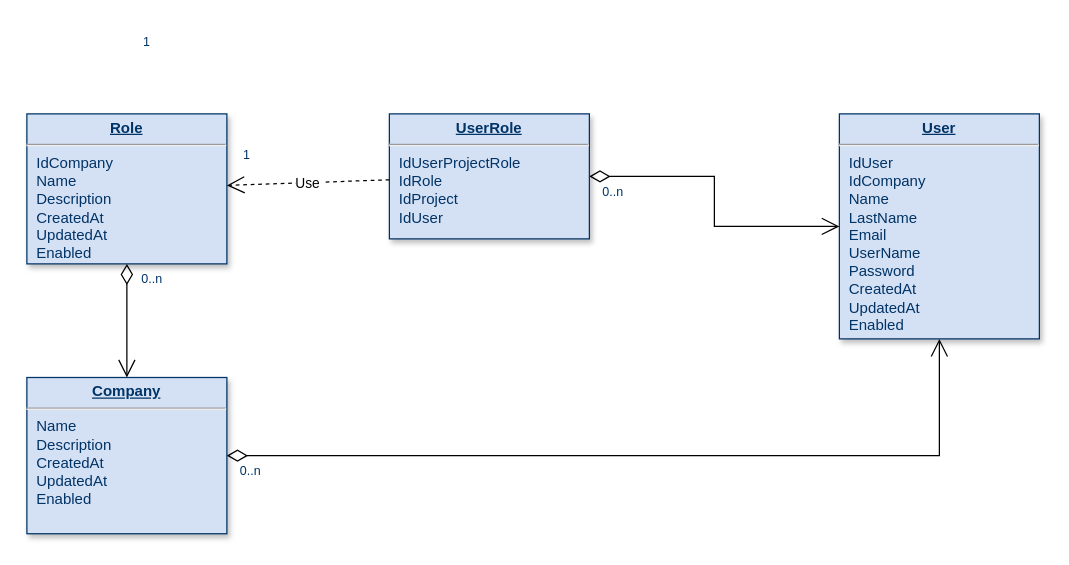
Above: API-base-diagram.drawio in MarcosRCamargo/base-api (draw.io), before the change. Source tidied: cells renumbered, new cells numbered last; positions are measured from the earlier drawing's top-left corner, leaving out a move shared by most shapes. Both pictures are drawn from the tidied source at 125%, with x=0, y=0 at pixel (26, 114).
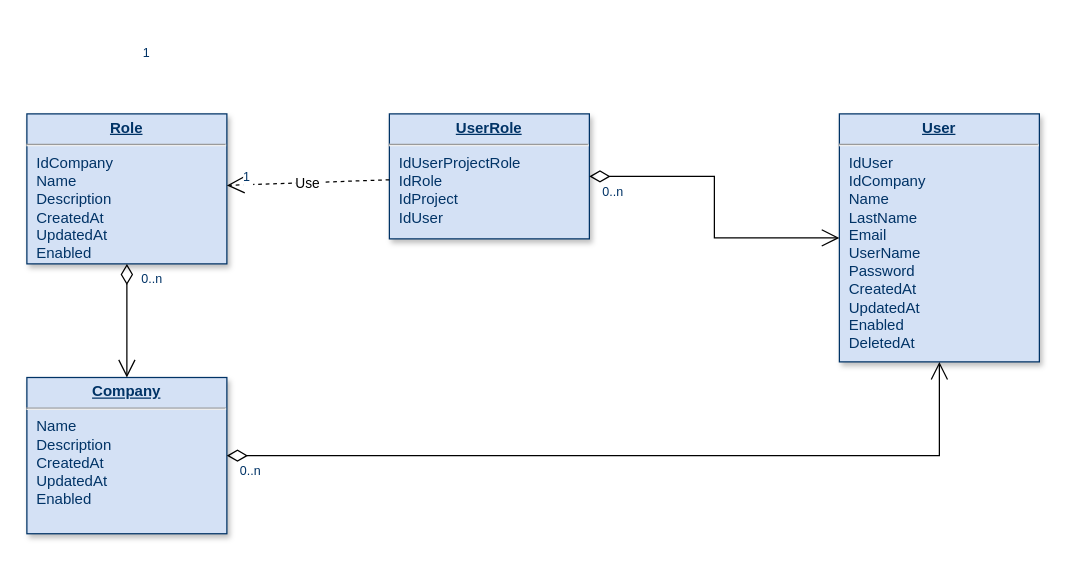
Above is the later version.

Change to the diagram source:
```diff
@@
 <mxGraphModel>
   <root>
     <mxCell id="0" />
     <mxCell id="1" parent="0" />
     <mxCell id="2" value="&lt;p style=&quot;margin: 0px; margin-top: 4px; text-align: center; text-decoration: underline;&quot;&gt;&lt;strong&gt;Role&lt;/strong&gt;&lt;/p&gt;&lt;hr /&gt;&lt;p style=&quot;margin: 0px; margin-left: 8px;&quot;&gt;IdCompany&lt;br /&gt;Name&lt;/p&gt;&lt;p style=&quot;margin: 0px; margin-left: 8px;&quot;&gt;Description&lt;/p&gt;&lt;p style=&quot;margin: 0px; margin-left: 8px;&quot;&gt;CreatedAt&lt;/p&gt;&lt;p style=&quot;margin: 0px; margin-left: 8px;&quot;&gt;UpdatedAt&lt;/p&gt;&lt;p style=&quot;margin: 0px; margin-left: 8px;&quot;&gt;Enabled&lt;/p&gt;" style="verticalAlign=top;align=left;overflow=fill;fontSize=12;fontFamily=Helvetica;html=1;strokeColor=#003366;shadow=1;fillColor=#D4E1F5;fontColor=#003366;" parent="1" vertex="1">
       <mxGeometry y="-0.4" width="160" height="120" as="geometry" />
     </mxCell>
     <mxCell id="3" value="&lt;p style=&quot;margin: 0px; margin-top: 4px; text-align: center; text-decoration: underline;&quot;&gt;&lt;strong&gt;Company&lt;/strong&gt;&lt;/p&gt;&lt;hr /&gt;&lt;p style=&quot;margin: 0px; margin-left: 8px;&quot;&gt;Name&lt;/p&gt;&lt;p style=&quot;margin: 0px; margin-left: 8px;&quot;&gt;Description&lt;/p&gt;&lt;p style=&quot;margin: 0px; margin-left: 8px;&quot;&gt;CreatedAt&lt;/p&gt;&lt;p style=&quot;margin: 0px; margin-left: 8px;&quot;&gt;UpdatedAt&lt;/p&gt;&lt;p style=&quot;margin: 0px; margin-left: 8px;&quot;&gt;Enabled&lt;/p&gt;" style="verticalAlign=top;align=left;overflow=fill;fontSize=12;fontFamily=Helvetica;html=1;strokeColor=#003366;shadow=1;fillColor=#D4E1F5;fontColor=#003366;" parent="1" vertex="1">
       <mxGeometry y="210.5" width="160" height="125" as="geometry" />
     </mxCell>
-    <mxCell id="4" value="&lt;p style=&quot;margin: 0px; margin-top: 4px; text-align: center; text-decoration: underline;&quot;&gt;&lt;strong&gt;User&lt;/strong&gt;&lt;/p&gt;&lt;hr /&gt;&lt;p style=&quot;margin: 0px; margin-left: 8px;&quot;&gt;IdUser&lt;/p&gt;&lt;p style=&quot;margin: 0px; margin-left: 8px;&quot;&gt;IdCompany&lt;/p&gt;&lt;p style=&quot;margin: 0px; margin-left: 8px;&quot;&gt;Name&lt;/p&gt;&lt;p style=&quot;margin: 0px; margin-left: 8px;&quot;&gt;LastName&lt;/p&gt;&lt;p style=&quot;margin: 0px; margin-left: 8px;&quot;&gt;Email&lt;/p&gt;&lt;p style=&quot;margin: 0px; margin-left: 8px;&quot;&gt;UserName&lt;/p&gt;&lt;p style=&quot;margin: 0px; margin-left: 8px;&quot;&gt;Password&lt;/p&gt;&lt;p style=&quot;margin: 0px; margin-left: 8px;&quot;&gt;CreatedAt&lt;/p&gt;&lt;p style=&quot;margin: 0px; margin-left: 8px;&quot;&gt;UpdatedAt&lt;/p&gt;&lt;p style=&quot;margin: 0px; margin-left: 8px;&quot;&gt;Enabled&lt;/p&gt;" style="verticalAlign=top;align=left;overflow=fill;fontSize=12;fontFamily=Helvetica;html=1;strokeColor=#003366;shadow=1;fillColor=#D4E1F5;fontColor=#003366;" parent="1" vertex="1">
-      <mxGeometry x="650" y="-0.4" width="160" height="180" as="geometry" />
+    <mxCell id="4" value="&lt;p style=&quot;margin: 0px; margin-top: 4px; text-align: center; text-decoration: underline;&quot;&gt;&lt;strong&gt;User&lt;/strong&gt;&lt;/p&gt;&lt;hr&gt;&lt;p style=&quot;margin: 0px; margin-left: 8px;&quot;&gt;IdUser&lt;/p&gt;&lt;p style=&quot;margin: 0px; margin-left: 8px;&quot;&gt;IdCompany&lt;/p&gt;&lt;p style=&quot;margin: 0px; margin-left: 8px;&quot;&gt;Name&lt;/p&gt;&lt;p style=&quot;margin: 0px; margin-left: 8px;&quot;&gt;LastName&lt;/p&gt;&lt;p style=&quot;margin: 0px; margin-left: 8px;&quot;&gt;Email&lt;/p&gt;&lt;p style=&quot;margin: 0px; margin-left: 8px;&quot;&gt;UserName&lt;/p&gt;&lt;p style=&quot;margin: 0px; margin-left: 8px;&quot;&gt;Password&lt;/p&gt;&lt;p style=&quot;margin: 0px; margin-left: 8px;&quot;&gt;CreatedAt&lt;/p&gt;&lt;p style=&quot;margin: 0px; margin-left: 8px;&quot;&gt;UpdatedAt&lt;/p&gt;&lt;p style=&quot;margin: 0px; margin-left: 8px;&quot;&gt;Enabled&lt;/p&gt;&lt;p style=&quot;margin: 0px; margin-left: 8px;&quot;&gt;DeletedAt&lt;/p&gt;" style="verticalAlign=top;align=left;overflow=fill;fontSize=12;fontFamily=Helvetica;html=1;strokeColor=#003366;shadow=1;fillColor=#D4E1F5;fontColor=#003366;" parent="1" vertex="1">
+      <mxGeometry x="650" y="-0.4" width="160" height="198.4" as="geometry" />
     </mxCell>
     <mxCell id="5" value="&lt;p style=&quot;margin: 0px; margin-top: 4px; text-align: center; text-decoration: underline;&quot;&gt;&lt;strong&gt;UserRole&lt;/strong&gt;&lt;/p&gt;&lt;hr&gt;&lt;p style=&quot;margin: 0px; margin-left: 8px;&quot;&gt;IdUserProjectRole&lt;/p&gt;&lt;p style=&quot;margin: 0px; margin-left: 8px;&quot;&gt;IdRole&lt;/p&gt;&lt;p style=&quot;margin: 0px; margin-left: 8px;&quot;&gt;IdProject&lt;/p&gt;&lt;p style=&quot;margin: 0px; margin-left: 8px;&quot;&gt;IdUser&lt;/p&gt;" style="verticalAlign=top;align=left;overflow=fill;fontSize=12;fontFamily=Helvetica;html=1;strokeColor=#003366;shadow=1;fillColor=#D4E1F5;fontColor=#003366;" parent="1" vertex="1">
       <mxGeometry x="290" y="-0.4" width="160" height="100" as="geometry" />
     </mxCell>
     <mxCell id="6" style="endArrow=open;endSize=12;startArrow=diamondThin;startSize=14;startFill=0;edgeStyle=orthogonalEdgeStyle;" parent="1" edge="1" source="2" target="3">
       <mxGeometry y="160" as="geometry" />
     </mxCell>
     <mxCell id="7" value="0..n" style="align=left;verticalAlign=top;labelBackgroundColor=#ffffff;fontSize=10;strokeColor=#003366;shadow=1;fillColor=#D4E1F5;fontColor=#003366;" parent="6" vertex="1">
       <mxGeometry x="-1" relative="1" as="geometry">
         <mxPoint x="10" as="offset" />
       </mxGeometry>
     </mxCell>
     <mxCell id="8" style="endArrow=open;endSize=12;startArrow=diamondThin;startSize=14;startFill=0;edgeStyle=orthogonalEdgeStyle;rounded=0;" parent="1" edge="1" source="5" target="4">
       <mxGeometry x="519.4" y="180" as="geometry" />
     </mxCell>
     <mxCell id="9" value="0..n" style="align=left;verticalAlign=top;labelBackgroundColor=#ffffff;fontSize=10;strokeColor=#003366;shadow=1;fillColor=#D4E1F5;fontColor=#003366;" parent="8" vertex="1">
       <mxGeometry x="-1" relative="1" as="geometry">
         <mxPoint x="8.9" as="offset" />
       </mxGeometry>
     </mxCell>
     <mxCell id="10" value="1" style="align=right;verticalAlign=top;labelBackgroundColor=#ffffff;fontSize=10;strokeColor=#003366;shadow=1;fillColor=#D4E1F5;fontColor=#003366;" parent="8" vertex="1">
       <mxGeometry x="1" relative="1" as="geometry">
         <mxPoint x="-550" y="-160" as="offset" />
       </mxGeometry>
     </mxCell>
     <mxCell id="11" value="Use" style="endArrow=open;endSize=12;dashed=1;" parent="1" edge="1" source="5" target="2">
       <mxGeometry x="430" y="50" as="geometry" />
     </mxCell>
     <mxCell id="12" style="endArrow=open;endSize=12;startArrow=diamondThin;startSize=14;startFill=0;edgeStyle=orthogonalEdgeStyle;rounded=0;exitX=1;exitY=0.5;exitDx=0;exitDy=0;entryX=0.5;entryY=1;entryDx=0;entryDy=0;" parent="1" edge="1" source="3" target="4">
       <mxGeometry x="519.4" y="180" as="geometry" />
     </mxCell>
     <mxCell id="13" value="0..n" style="align=left;verticalAlign=top;labelBackgroundColor=#ffffff;fontSize=10;strokeColor=#003366;shadow=1;fillColor=#D4E1F5;fontColor=#003366;" parent="12" vertex="1">
       <mxGeometry x="-1" relative="1" as="geometry">
         <mxPoint x="8.9" as="offset" />
       </mxGeometry>
     </mxCell>
     <mxCell id="14" value="1" style="align=right;verticalAlign=top;labelBackgroundColor=#ffffff;fontSize=10;strokeColor=#003366;shadow=1;fillColor=#D4E1F5;fontColor=#003366;" parent="12" vertex="1">
       <mxGeometry x="1" relative="1" as="geometry">
         <mxPoint x="-550" y="-160" as="offset" />
       </mxGeometry>
     </mxCell>
   </root>
 </mxGraphModel>
```
